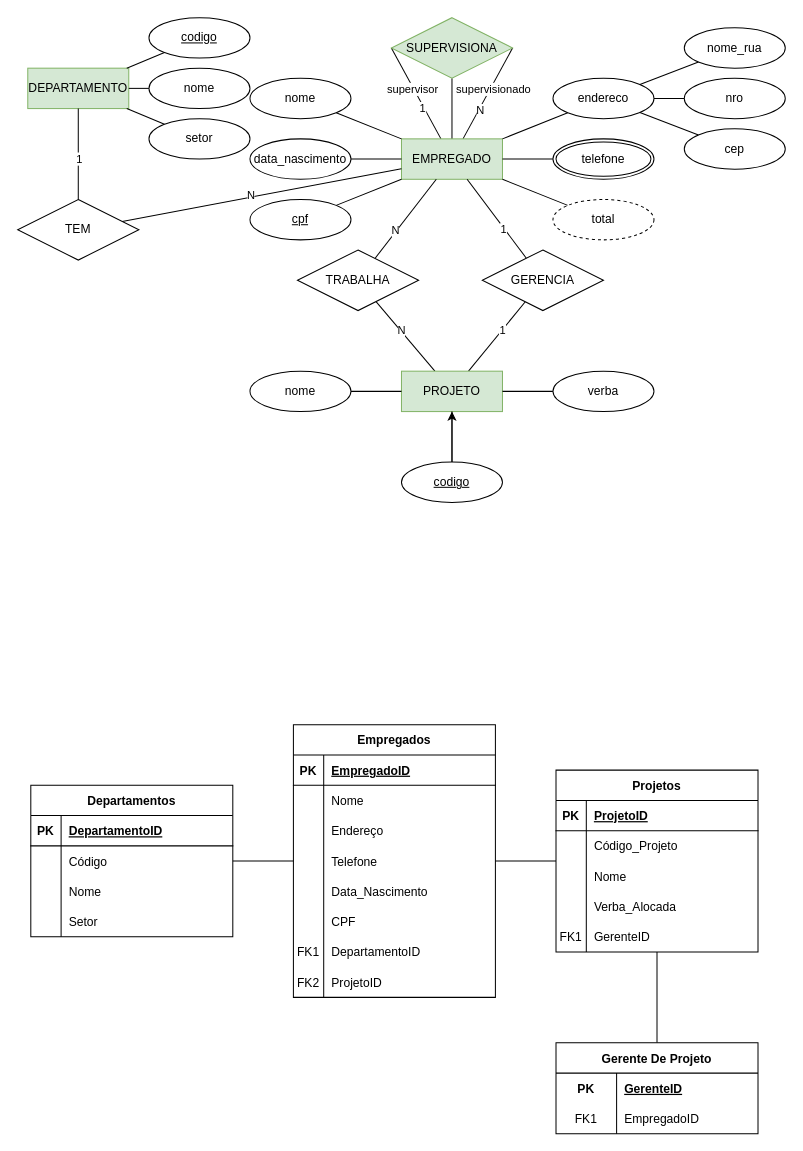
The draw.io diagram aula2-minimundo-empresa.drawio in AristoEinstein/db-fundamentals, before the edit. Source tidied: cells renumbered, new cells numbered last; positions are measured from the earlier drawing's top-left corner, leaving out a move shared by most shapes. Both pictures are drawn from the tidied source at 101%, with x=0, y=0 at pixel (17, 17).
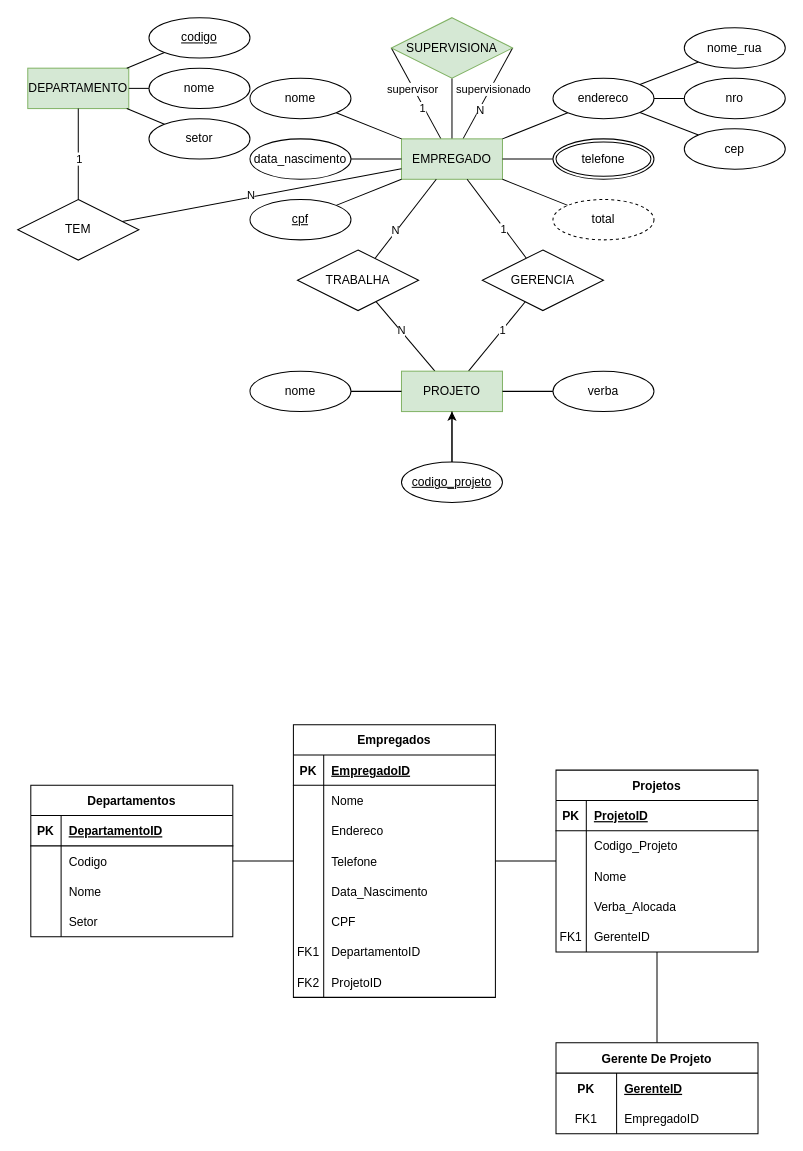
The same page after the edit.

Commit message:
Não Tem Final.drawio

The change refers to these unchanged cells:
```xml
<mxCell id="10" style="shape=tableRow;horizontal=0;startSize=0;swimlaneHead=0;swimlaneBody=0;fillColor=none;top=0;left=0;right=0;bottom=0;" parent="3" vertex="1">
  <mxGeometry y="90" width="200" height="30" as="geometry" />
</mxCell>
<mxCell id="33" style="shape=tableRow;horizontal=0;startSize=0;swimlaneHead=0;swimlaneBody=0;fillColor=none;top=0;left=0;right=0;bottom=0;" parent="29" vertex="1">
  <mxGeometry y="60" width="200" height="30" as="geometry" />
</mxCell>
<mxCell id="46" style="shape=tableRow;horizontal=0;startSize=0;swimlaneHead=0;swimlaneBody=0;fillColor=none;top=0;left=0;right=0;bottom=0;" parent="42" vertex="1">
  <mxGeometry y="60" width="200" height="30" as="geometry" />
</mxCell>
```

Change to the diagram source:
```diff
@@
-    <mxCell id="12" value="Endereço" style="shape=partialRectangle;fillColor=none;top=0;left=0;bottom=0;right=0;align=left;spacingLeft=6;overflow=hidden;" parent="10" vertex="1">
+    <mxCell id="12" value="Endereco" style="shape=partialRectangle;fillColor=none;top=0;left=0;bottom=0;right=0;align=left;spacingLeft=6;overflow=hidden;" parent="10" vertex="1">
       <mxGeometry x="30" width="170" height="30" as="geometry" />
     </mxCell>
@@
-    <mxCell id="35" value="Código" style="shape=partialRectangle;fillColor=none;top=0;left=0;bottom=0;right=0;align=left;spacingLeft=6;overflow=hidden;" parent="33" vertex="1">
+    <mxCell id="35" value="Codigo" style="shape=partialRectangle;fillColor=none;top=0;left=0;bottom=0;right=0;align=left;spacingLeft=6;overflow=hidden;" parent="33" vertex="1">
       <mxGeometry x="30" width="170" height="30" as="geometry" />
     </mxCell>
@@
-    <mxCell id="48" value="Código_Projeto" style="shape=partialRectangle;fillColor=none;top=0;left=0;bottom=0;right=0;align=left;spacingLeft=6;overflow=hidden;" parent="46" vertex="1">
+    <mxCell id="48" value="Codigo_Projeto" style="shape=partialRectangle;fillColor=none;top=0;left=0;bottom=0;right=0;align=left;spacingLeft=6;overflow=hidden;" parent="46" vertex="1">
       <mxGeometry x="30" width="170" height="30" as="geometry" />
     </mxCell>
@@
-    <mxCell id="122" value="codigo" style="ellipse;whiteSpace=wrap;html=1;align=center;fontStyle=4;" parent="1" vertex="1">
+    <mxCell id="122" value="codigo_projeto" style="ellipse;whiteSpace=wrap;html=1;align=center;fontStyle=4;" parent="1" vertex="1">
       <mxGeometry x="380" y="440" width="100" height="40" as="geometry" />
     </mxCell>
```
